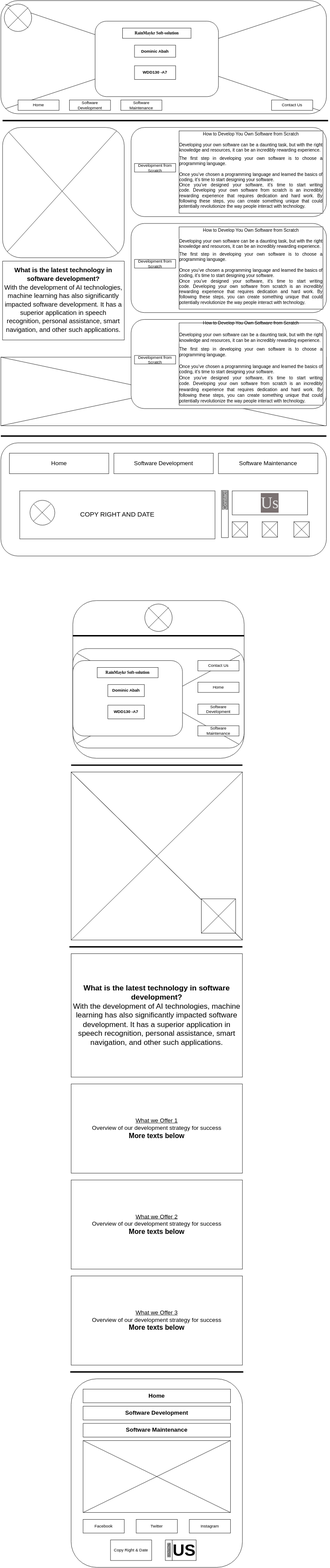
The draw.io diagram rainmaykr/images/wireframe-rm/sofware-dev-wireframe.svg in dommmy200/wdd130, before a commit. Source tidied: cells renumbered, new cells last; positions are measured from the earlier drawing's top-left corner, leaving out a move shared by most shapes.
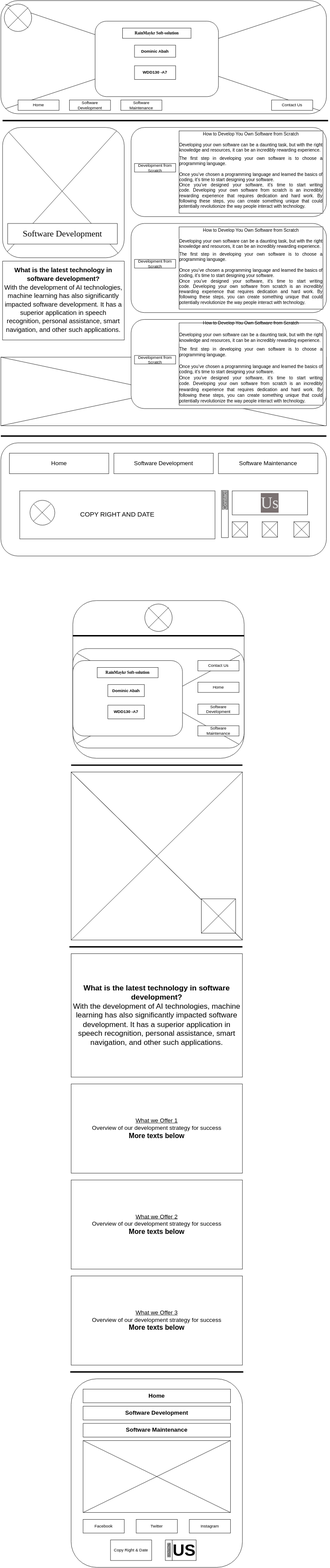
Above is the later version.

Commit message:
corrections on wireframes

The edit, as a diff of the source:
```diff
@@ -365,6 +365,9 @@
         <mxPoint x="18" y="13.5" as="targetPoint" />
       </mxGeometry>
     </mxCell>
+    <mxCell id="138" value="&lt;font style=&quot;font-size: 25px;&quot; face=&quot;Comic Sans MS&quot;&gt;Software Development&lt;/font&gt;" style="rounded=0;whiteSpace=wrap;html=1;" parent="100" vertex="1">
+      <mxGeometry x="15" y="280" width="320" height="60" as="geometry" />
+    </mxCell>
     <mxCell id="104" style="group;" parent="94" vertex="1">
       <mxGeometry x="380" width="570" height="820" as="geometry" />
     </mxCell>
```
